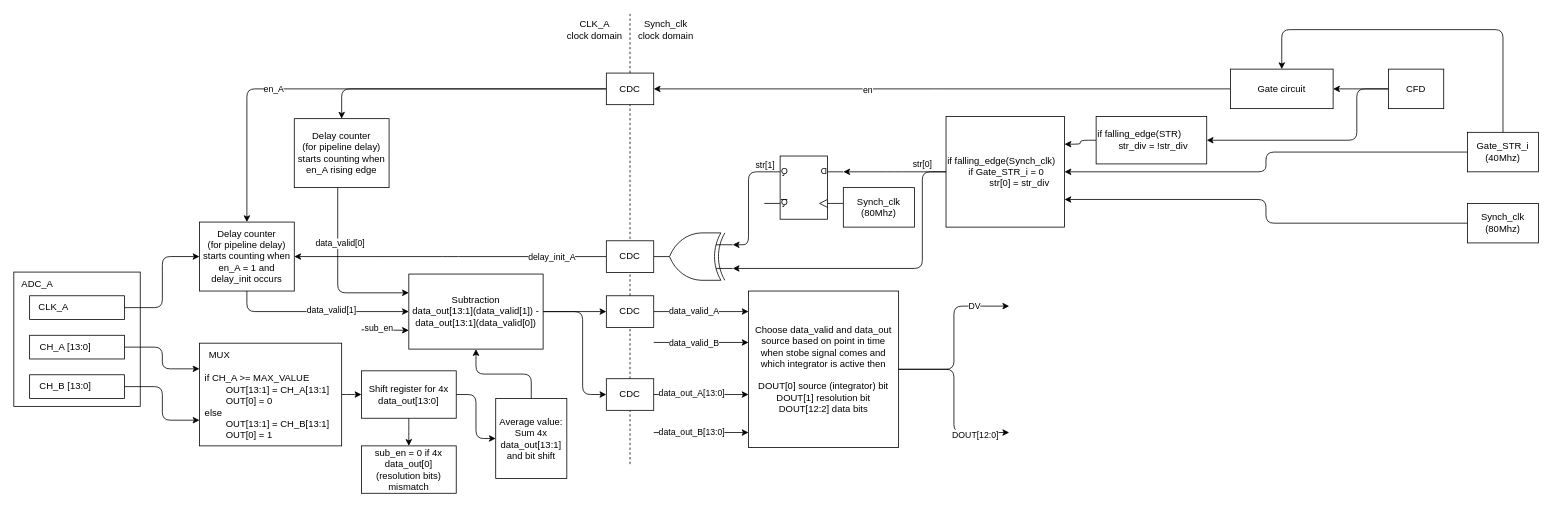
The draw.io diagram sch/fit_pm_afe_chanell_logic.drawio in alice-fit-fee-upgrade/FIT_PM_GW_CPLD, before the edit. Source tidied: cells renumbered, new cells numbered last; positions are measured from the earlier drawing's top-left corner, leaving out a move shared by most shapes. Both pictures are drawn from the tidied source at 79%, with x=0, y=0 at pixel (13, 13).
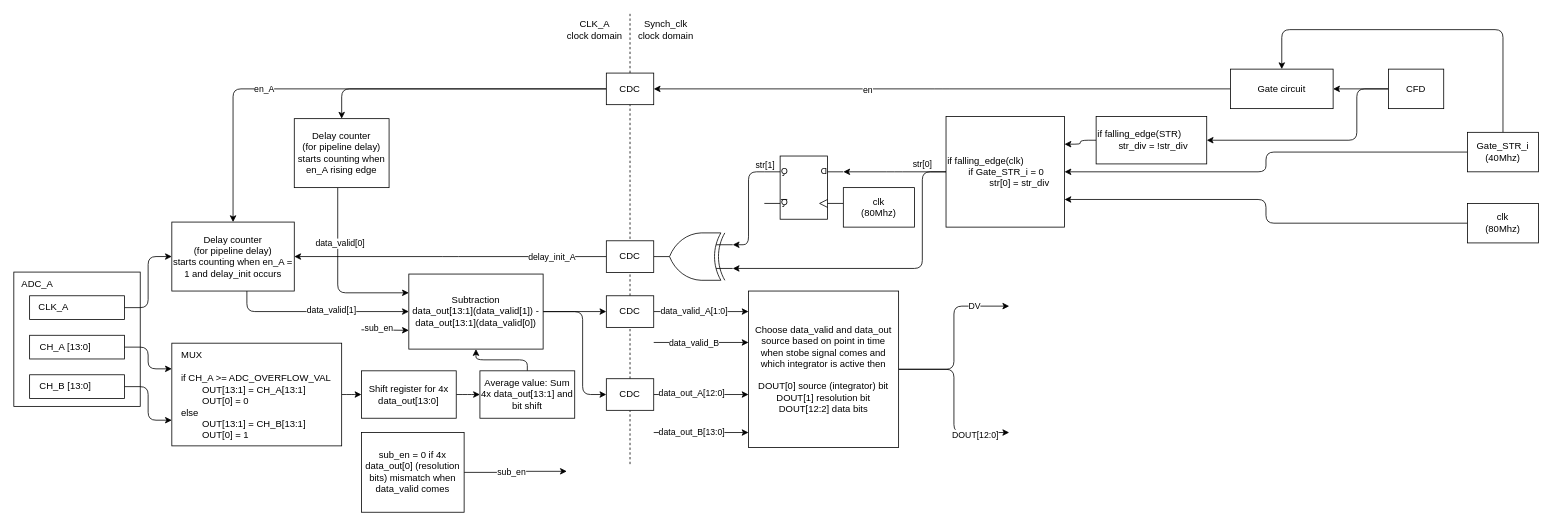
Above is the later version.

The change refers to these unchanged cells:
```xml
<mxCell id="47" value="Shift register for 4x data_out[13:0]" style="whiteSpace=wrap;html=1;" parent="1" vertex="1">
  <mxGeometry x="440" y="451.9" width="120" height="60" as="geometry" />
</mxCell>
<mxCell id="52" style="edgeStyle=elbowEdgeStyle;html=1;" parent="1" edge="1" source="54">
  <mxGeometry relative="1" as="geometry">
    <mxPoint x="930" y="376.9" as="targetPoint" />
  </mxGeometry>
</mxCell>
<mxCell id="56" style="edgeStyle=elbowEdgeStyle;html=1;" parent="1" edge="1" source="59">
  <mxGeometry relative="1" as="geometry">
    <mxPoint x="930" y="481.9" as="targetPoint" />
  </mxGeometry>
</mxCell>
```

The edit, as a diff of the source:
```diff
@@
     <mxCell id="11" style="rounded=0;whiteSpace=wrap;html=1;" parent="1" vertex="1">
-      <mxGeometry x="235" y="416.9" width="180" height="130" as="geometry" />
+      <mxGeometry x="200" y="416.9" width="215" height="130" as="geometry" />
     </mxCell>
     <mxCell id="12" value="MUX" style="text;html=1;align=center;verticalAlign=middle;strokeColor=none;fillColor=none;" parent="1" vertex="1">
-      <mxGeometry x="235" y="416.9" width="50" height="30" as="geometry" />
+      <mxGeometry x="200" y="416.9" width="50" height="30" as="geometry" />
     </mxCell>
-    <mxCell id="13" value="if CH_A &amp;gt;= MAX_VALUE&lt;br&gt;&lt;span style=&quot;white-space: pre;&quot;&gt;&#9;&lt;/span&gt;OUT[13:1] = CH_A[13:1]&lt;br&gt;&lt;span style=&quot;white-space: pre;&quot;&gt;&#9;&lt;/span&gt;OUT[0] = 0&lt;br&gt;else&lt;br&gt;&lt;span style=&quot;white-space: pre;&quot;&gt;&#9;&lt;/span&gt;OUT[13:1] = CH_B[13:1]&lt;br&gt;&lt;span style=&quot;white-space: pre;&quot;&gt;&#9;&lt;/span&gt;OUT[0] = 1" style="text;html=1;align=left;verticalAlign=middle;strokeColor=none;fillColor=none;" parent="1" vertex="1">
-      <mxGeometry x="240" y="446.9" width="180" height="100" as="geometry" />
+    <mxCell id="13" value="if CH_A &amp;gt;= ADC_OVERFLOW_VAL&lt;br&gt;&lt;span style=&quot;white-space: pre;&quot;&gt;&#9;&lt;/span&gt;OUT[13:1] = CH_A[13:1]&lt;br&gt;&lt;span style=&quot;white-space: pre;&quot;&gt;&#9;&lt;/span&gt;OUT[0] = 0&lt;br&gt;else&lt;br&gt;&lt;span style=&quot;white-space: pre;&quot;&gt;&#9;&lt;/span&gt;OUT[13:1] = CH_B[13:1]&lt;br&gt;&lt;span style=&quot;white-space: pre;&quot;&gt;&#9;&lt;/span&gt;OUT[0] = 1" style="text;html=1;align=left;verticalAlign=middle;strokeColor=none;fillColor=none;" parent="1" vertex="1">
+      <mxGeometry x="210" y="446.9" width="210" height="100" as="geometry" />
     </mxCell>
@@
-    <mxCell id="27" value="Synch_clk&lt;br&gt;(80Mhz)" style="whiteSpace=wrap;html=1;" parent="1" vertex="1">
+    <mxCell id="27" value="clk&lt;br&gt;(80Mhz)" style="whiteSpace=wrap;html=1;" parent="1" vertex="1">
       <mxGeometry x="1840" y="240" width="90" height="50" as="geometry" />
     </mxCell>
@@
-    <mxCell id="36" value="if falling_edge(Synch_clk)&lt;br&gt;&lt;span style=&quot;white-space: pre;&quot;&gt;&#9;&lt;/span&gt;if Gate_STR_i = 0&lt;br&gt;&lt;span style=&quot;white-space: pre;&quot;&gt;&#9;&lt;/span&gt;&lt;span style=&quot;white-space: pre;&quot;&gt;&#9;&lt;/span&gt;str[0] = str_div" style="whiteSpace=wrap;html=1;align=left;" parent="1" vertex="1">
+    <mxCell id="36" value="if falling_edge(clk)&lt;br&gt;&lt;span style=&quot;white-space: pre;&quot;&gt;&#9;&lt;/span&gt;if Gate_STR_i = 0&lt;br&gt;&lt;span style=&quot;white-space: pre;&quot;&gt;&#9;&lt;/span&gt;&lt;span style=&quot;white-space: pre;&quot;&gt;&#9;&lt;/span&gt;str[0] = str_div" style="whiteSpace=wrap;html=1;align=left;" parent="1" vertex="1">
       <mxGeometry x="1180" y="130" width="150" height="140" as="geometry" />
     </mxCell>
@@
-    <mxCell id="41" value="Synch_clk&lt;br&gt;(80Mhz)" style="whiteSpace=wrap;html=1;" parent="1" vertex="1">
+    <mxCell id="41" value="clk&lt;br&gt;(80Mhz)" style="whiteSpace=wrap;html=1;" parent="1" vertex="1">
       <mxGeometry x="1050" y="220" width="90" height="50" as="geometry" />
     </mxCell>
@@
     <mxCell id="44" value="Delay counter&lt;br&gt;(for pipeline delay)&lt;br&gt;starts counting when en_A = 1 and delay_init occurs" style="whiteSpace=wrap;html=1;" parent="1" vertex="1">
-      <mxGeometry x="235" y="263.6" width="120" height="87.3" as="geometry" />
+      <mxGeometry x="200" y="263.6" width="155" height="87.3" as="geometry" />
     </mxCell>
@@
-    <mxCell id="46" style="edgeStyle=elbowEdgeStyle;elbow=vertical;html=1;entryX=0.5;entryY=0;entryDx=0;entryDy=0;" parent="1" edge="1" source="47" target="48">
-      <mxGeometry relative="1" as="geometry" />
-    </mxCell>
@@
+    <mxCell id="84" style="edgeStyle=elbowEdgeStyle;html=1;" parent="1" edge="1" source="48">
+      <mxGeometry relative="1" as="geometry">
+        <mxPoint x="700" y="579.1" as="targetPoint" />
+      </mxGeometry>
+    </mxCell>
+    <mxCell id="85" value="sub_en" style="edgeLabel;html=1;align=center;verticalAlign=middle;" parent="84" vertex="1">
+      <mxGeometry x="0.29" y="-1" relative="1" as="geometry">
+        <mxPoint x="-24" y="-1" as="offset" />
+      </mxGeometry>
+    </mxCell>
-    <mxCell id="48" value="sub_en = 0 if 4x data_out[0] (resolution bits) mismatch" style="whiteSpace=wrap;html=1;" parent="1" vertex="1">
-      <mxGeometry x="440" y="546.9" width="120" height="60" as="geometry" />
+    <mxCell id="48" value="sub_en = 0 if 4x data_out[0] (resolution bits) mismatch when data_valid comes" style="whiteSpace=wrap;html=1;" parent="1" vertex="1">
+      <mxGeometry x="440" y="530" width="130" height="100.9" as="geometry" />
     </mxCell>
@@
     <mxCell id="50" value="Average value: Sum 4x data_out[13:1] and bit shift" style="whiteSpace=wrap;html=1;" parent="1" vertex="1">
-      <mxGeometry x="610" y="486.9" width="90" height="101.3" as="geometry" />
+      <mxGeometry x="590" y="451.9" width="120" height="60" as="geometry" />
     </mxCell>
@@
-    <mxCell id="53" value="data_valid_A" style="edgeLabel;html=1;align=center;verticalAlign=middle;" parent="52" vertex="1">
+    <mxCell id="53" value="data_valid_A[1:0]" style="edgeLabel;html=1;align=center;verticalAlign=middle;" parent="52" vertex="1">
       <mxGeometry x="-0.29" y="1" relative="1" as="geometry">
         <mxPoint x="7" y="1" as="offset" />
       </mxGeometry>
     </mxCell>
@@
-    <mxCell id="58" value="data_out_A[13:0]" style="edgeLabel;html=1;align=center;verticalAlign=middle;" parent="56" vertex="1">
+    <mxCell id="58" value="data_out_A[12:0]" style="edgeLabel;html=1;align=center;verticalAlign=middle;" parent="56" vertex="1">
       <mxGeometry x="-0.21" y="2" relative="1" as="geometry" />
     </mxCell>
```
